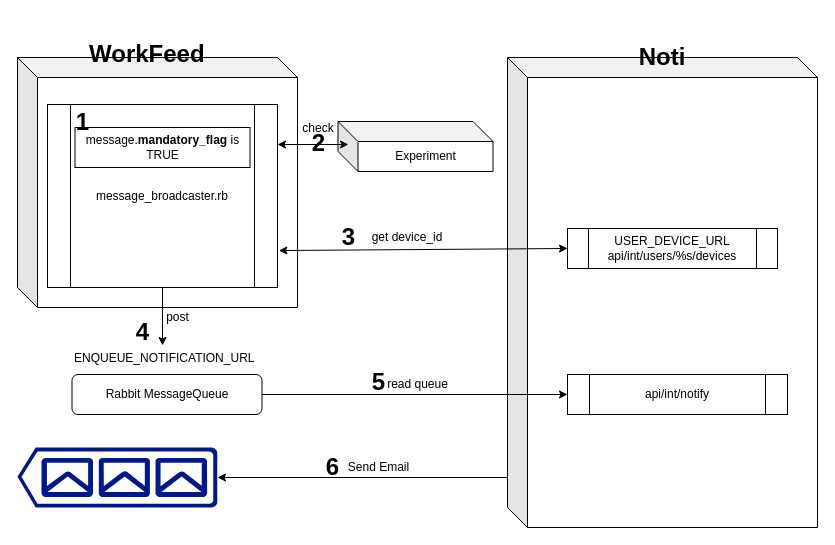
Above: MandatoryNotification.drawio in JSSU/WorkNoteT (draw.io), before the change. Source tidied: cells renumbered, new cells numbered last; positions are measured from the earlier drawing's top-left corner, leaving out a move shared by most shapes. Both pictures are drawn from the tidied source at 100%, with x=0, y=0 at pixel (17, 17).
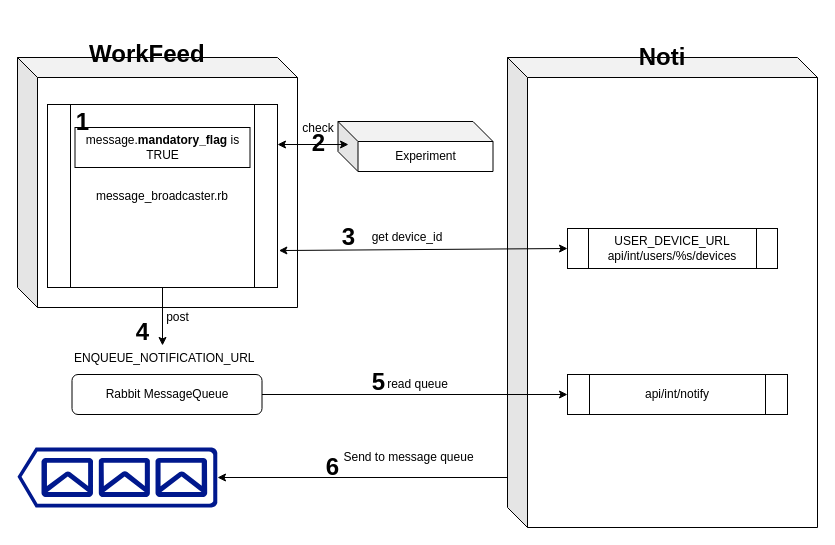
After the change.

Change to the diagram source:
```diff
@@
-    <mxCell id="21" value="Send Email" style="text;html=1;align=center;verticalAlign=middle;" parent="1" vertex="1">
-      <mxGeometry x="320.5" y="440" width="80" height="20" as="geometry" />
+    <mxCell id="21" value="Send to message queue" style="text;html=1;align=center;verticalAlign=middle;" parent="1" vertex="1">
+      <mxGeometry x="316" y="430" width="150" height="20" as="geometry" />
     </mxCell>
```
